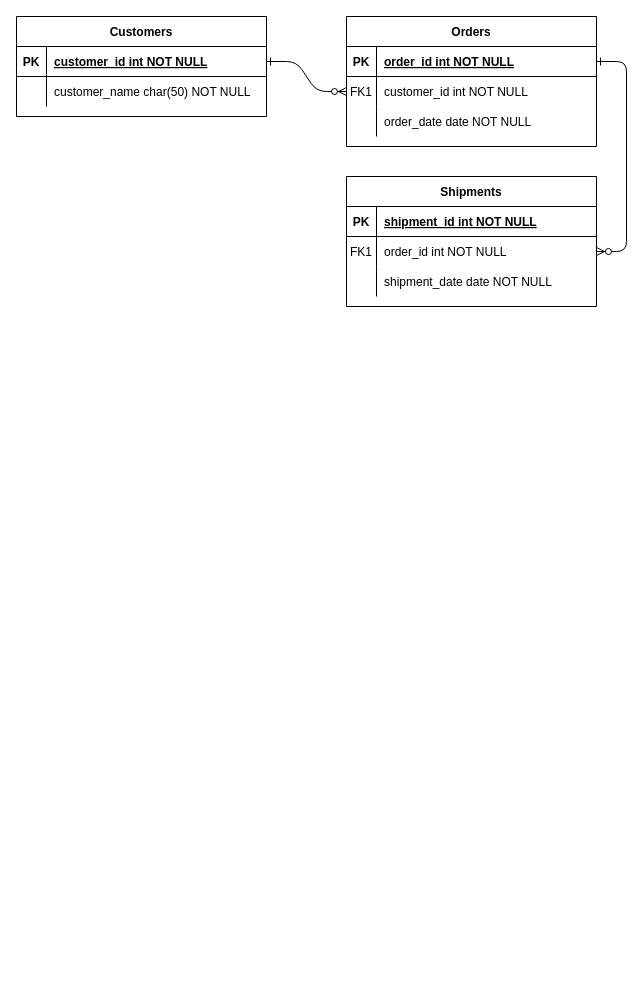
The draw.io diagram Untitled Diagram.drawio in atomas28/atomas28.github.io, before the edit. Source tidied: cells renumbered, new cells numbered last; positions are measured from the earlier drawing's top-left corner, leaving out a move shared by most shapes. Both pictures are drawn from the tidied source at 100%, with x=0, y=0 at pixel (16, 16).
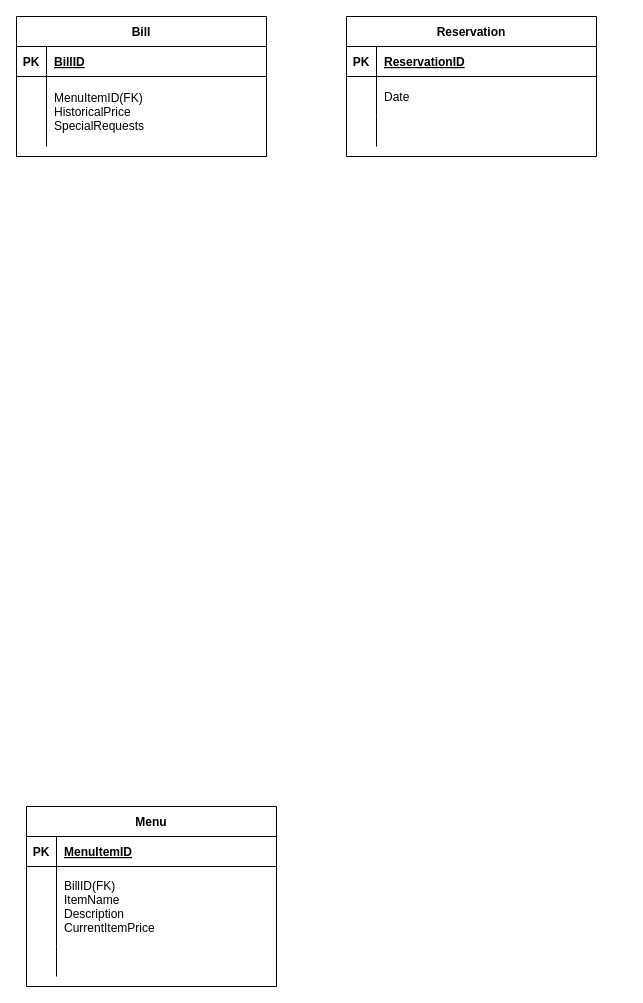
Above is the later version.

The change refers to these unchanged cells:
```xml
<mxCell id="5" style="shape=partialRectangle;fillColor=none;points=[[0,0.5],[1,0.5]];portConstraint=eastwest;top=0;left=0;right=0;bottom=1;" parent="4" vertex="1">
  <mxGeometry y="30" width="250" height="30" as="geometry" />
</mxCell>
<mxCell id="15" style="shape=partialRectangle;fillColor=none;top=0;left=0;right=0;bottom=1;" parent="14" vertex="1">
  <mxGeometry y="30" width="250" height="30" as="geometry" />
</mxCell>
<mxCell id="25" style="shape=partialRectangle;fillColor=none;points=[[0,0.5],[1,0.5]];portConstraint=eastwest;top=0;left=0;right=0;bottom=1;" parent="24" vertex="1">
  <mxGeometry y="30" width="250" height="30" as="geometry" />
</mxCell>
```

The edit, as a diff of the source:
```diff
@@
-    <mxCell id="2" style="edgeStyle=entityRelationEdgeStyle;endArrow=ERzeroToMany;startArrow=ERone;endFill=1;startFill=0;" parent="1" edge="1" source="25" target="8">
-      <mxGeometry relative="1" as="geometry" />
-    </mxCell>
-    <mxCell id="3" style="edgeStyle=entityRelationEdgeStyle;endArrow=ERzeroToMany;startArrow=ERone;endFill=1;startFill=0;" parent="1" edge="1" source="5" target="18">
-      <mxGeometry relative="1" as="geometry" />
-    </mxCell>
-    <mxCell id="4" value="Orders" style="shape=table;startSize=30;childLayout=tableLayout;rowLines=0;fontStyle=1;align=center;" parent="1" vertex="1">
-      <mxGeometry x="330" width="250" height="130" as="geometry" />
+    <mxCell id="4" value="Reservation" style="shape=table;startSize=30;childLayout=tableLayout;rowLines=0;fontStyle=1;align=center;" parent="1" vertex="1">
+      <mxGeometry x="330" width="250" height="140" as="geometry" />
     </mxCell>
@@
-    <mxCell id="7" value="order_id int NOT NULL " style="shape=partialRectangle;overflow=hidden;fillColor=none;top=0;left=0;bottom=0;right=0;align=left;spacingLeft=6;fontStyle=5;" parent="5" vertex="1">
+    <mxCell id="7" value="ReservationID" style="shape=partialRectangle;overflow=hidden;fillColor=none;top=0;left=0;bottom=0;right=0;align=left;spacingLeft=6;fontStyle=5;" parent="5" vertex="1">
       <mxGeometry x="30" width="220" height="30" as="geometry" />
     </mxCell>
     <mxCell id="8" style="shape=partialRectangle;fillColor=none;points=[[0,0.5],[1,0.5]];portConstraint=eastwest;top=0;left=0;right=0;bottom=0;" parent="4" vertex="1">
-      <mxGeometry y="60" width="250" height="30" as="geometry" />
+      <mxGeometry y="60" width="250" height="40" as="geometry" />
     </mxCell>
-    <mxCell id="9" value="FK1" style="shape=partialRectangle;overflow=hidden;fillColor=none;top=0;left=0;bottom=0;right=0;" parent="8" vertex="1">
-      <mxGeometry width="30" height="30" as="geometry" />
+    <mxCell id="9" style="shape=partialRectangle;overflow=hidden;fillColor=none;top=0;left=0;bottom=0;right=0;" parent="8" vertex="1">
+      <mxGeometry width="30" height="40" as="geometry" />
     </mxCell>
-    <mxCell id="10" value="customer_id int NOT NULL" style="shape=partialRectangle;overflow=hidden;fillColor=none;top=0;left=0;bottom=0;right=0;align=left;spacingLeft=6;" parent="8" vertex="1">
-      <mxGeometry x="30" width="220" height="30" as="geometry" />
+    <mxCell id="10" value="Date" style="shape=partialRectangle;overflow=hidden;fillColor=none;top=0;left=0;bottom=0;right=0;align=left;spacingLeft=6;" parent="8" vertex="1">
+      <mxGeometry x="30" width="220" height="40" as="geometry" />
     </mxCell>
     <mxCell id="11" style="shape=partialRectangle;fillColor=none;top=0;left=0;right=0;bottom=0;" parent="4" vertex="1">
-      <mxGeometry y="90" width="250" height="30" as="geometry" />
+      <mxGeometry y="100" width="250" height="30" as="geometry" />
     </mxCell>
@@
-    <mxCell id="13" value="order_date date NOT NULL" style="shape=partialRectangle;overflow=hidden;fillColor=none;top=0;left=0;bottom=0;right=0;align=left;spacingLeft=6;" parent="11" vertex="1">
+    <mxCell id="13" style="shape=partialRectangle;overflow=hidden;fillColor=none;top=0;left=0;bottom=0;right=0;align=left;spacingLeft=6;" parent="11" vertex="1">
       <mxGeometry x="30" width="220" height="30" as="geometry" />
     </mxCell>
-    <mxCell id="14" value="Shipments" style="shape=table;startSize=30;childLayout=tableLayout;rowLines=0;fontStyle=1;align=center;" parent="1" vertex="1">
-      <mxGeometry x="330" y="160" width="250" height="130" as="geometry" />
+    <mxCell id="14" value="Menu" style="shape=table;startSize=30;childLayout=tableLayout;rowLines=0;fontStyle=1;align=center;" parent="1" vertex="1">
+      <mxGeometry x="10" y="790" width="250" height="180" as="geometry" />
     </mxCell>
@@
-    <mxCell id="17" value="shipment_id int NOT NULL " style="shape=partialRectangle;overflow=hidden;fillColor=none;top=0;left=0;bottom=0;right=0;align=left;spacingLeft=6;fontStyle=5;" parent="15" vertex="1">
+    <mxCell id="17" value="MenuItemID" style="shape=partialRectangle;overflow=hidden;fillColor=none;top=0;left=0;bottom=0;right=0;align=left;spacingLeft=6;fontStyle=5;" parent="15" vertex="1">
       <mxGeometry x="30" width="220" height="30" as="geometry" />
     </mxCell>
     <mxCell id="18" style="shape=partialRectangle;fillColor=none;points=[[0,0.5],[1,0.5]];portConstraint=eastwest;top=0;left=0;right=0;bottom=0;" parent="14" vertex="1">
-      <mxGeometry y="60" width="250" height="30" as="geometry" />
+      <mxGeometry y="60" width="250" height="80" as="geometry" />
     </mxCell>
-    <mxCell id="19" value="FK1" style="shape=partialRectangle;overflow=hidden;fillColor=none;top=0;left=0;bottom=0;right=0;" parent="18" vertex="1">
-      <mxGeometry width="30" height="30" as="geometry" />
+    <mxCell id="19" style="shape=partialRectangle;overflow=hidden;fillColor=none;top=0;left=0;bottom=0;right=0;" parent="18" vertex="1">
+      <mxGeometry width="30" height="80" as="geometry" />
     </mxCell>
-    <mxCell id="20" value="order_id int NOT NULL" style="shape=partialRectangle;overflow=hidden;fillColor=none;top=0;left=0;bottom=0;right=0;align=left;spacingLeft=6;" parent="18" vertex="1">
-      <mxGeometry x="30" width="220" height="30" as="geometry" />
+    <mxCell id="20" value="BillID(FK)&#10;ItemName&#10;Description&#10;CurrentItemPrice" style="shape=partialRectangle;overflow=hidden;fillColor=none;top=0;left=0;bottom=0;right=0;align=left;spacingLeft=6;" parent="18" vertex="1">
+      <mxGeometry x="30" width="220" height="80" as="geometry" />
     </mxCell>
     <mxCell id="21" style="shape=partialRectangle;fillColor=none;top=0;left=0;right=0;bottom=0;" parent="14" vertex="1">
-      <mxGeometry y="90" width="250" height="30" as="geometry" />
+      <mxGeometry y="140" width="250" height="30" as="geometry" />
     </mxCell>
@@
-    <mxCell id="23" value="shipment_date date NOT NULL" style="shape=partialRectangle;overflow=hidden;fillColor=none;top=0;left=0;bottom=0;right=0;align=left;spacingLeft=6;" parent="21" vertex="1">
+    <mxCell id="23" style="shape=partialRectangle;overflow=hidden;fillColor=none;top=0;left=0;bottom=0;right=0;align=left;spacingLeft=6;" parent="21" vertex="1">
       <mxGeometry x="30" width="220" height="30" as="geometry" />
     </mxCell>
-    <mxCell id="24" value="Customers" style="shape=table;startSize=30;childLayout=tableLayout;rowLines=0;fontStyle=1;align=center;" parent="1" vertex="1">
-      <mxGeometry width="250" height="100" as="geometry" />
+    <mxCell id="24" value="Bill" style="shape=table;startSize=30;childLayout=tableLayout;rowLines=0;fontStyle=1;align=center;" parent="1" vertex="1">
+      <mxGeometry width="250" height="140" as="geometry" />
     </mxCell>
@@
-    <mxCell id="27" value="customer_id int NOT NULL " style="shape=partialRectangle;overflow=hidden;fillColor=none;top=0;left=0;bottom=0;right=0;align=left;spacingLeft=6;fontStyle=5;" parent="25" vertex="1">
+    <mxCell id="27" value="BillID" style="shape=partialRectangle;overflow=hidden;fillColor=none;top=0;left=0;bottom=0;right=0;align=left;spacingLeft=6;fontStyle=5;" parent="25" vertex="1">
       <mxGeometry x="30" width="220" height="30" as="geometry" />
     </mxCell>
     <mxCell id="28" style="shape=partialRectangle;fillColor=none;top=0;left=0;right=0;bottom=0;" parent="24" vertex="1">
-      <mxGeometry y="60" width="250" height="30" as="geometry" />
+      <mxGeometry y="60" width="250" height="70" as="geometry" />
     </mxCell>
     <mxCell id="29" style="shape=partialRectangle;overflow=hidden;fillColor=none;top=0;left=0;bottom=0;right=0;" parent="28" vertex="1">
-      <mxGeometry width="30" height="30" as="geometry" />
+      <mxGeometry width="30" height="70" as="geometry" />
     </mxCell>
-    <mxCell id="30" value="customer_name char(50) NOT NULL" style="shape=partialRectangle;overflow=hidden;fillColor=none;top=0;left=0;bottom=0;right=0;align=left;spacingLeft=6;" parent="28" vertex="1">
-      <mxGeometry x="30" width="220" height="30" as="geometry" />
+    <mxCell id="30" value="MenuItemID(FK)&#10;HistoricalPrice&#10;SpecialRequests" style="shape=partialRectangle;overflow=hidden;fillColor=none;top=0;left=0;bottom=0;right=0;align=left;spacingLeft=6;" parent="28" vertex="1">
+      <mxGeometry x="30" width="220" height="70" as="geometry" />
     </mxCell>
```
